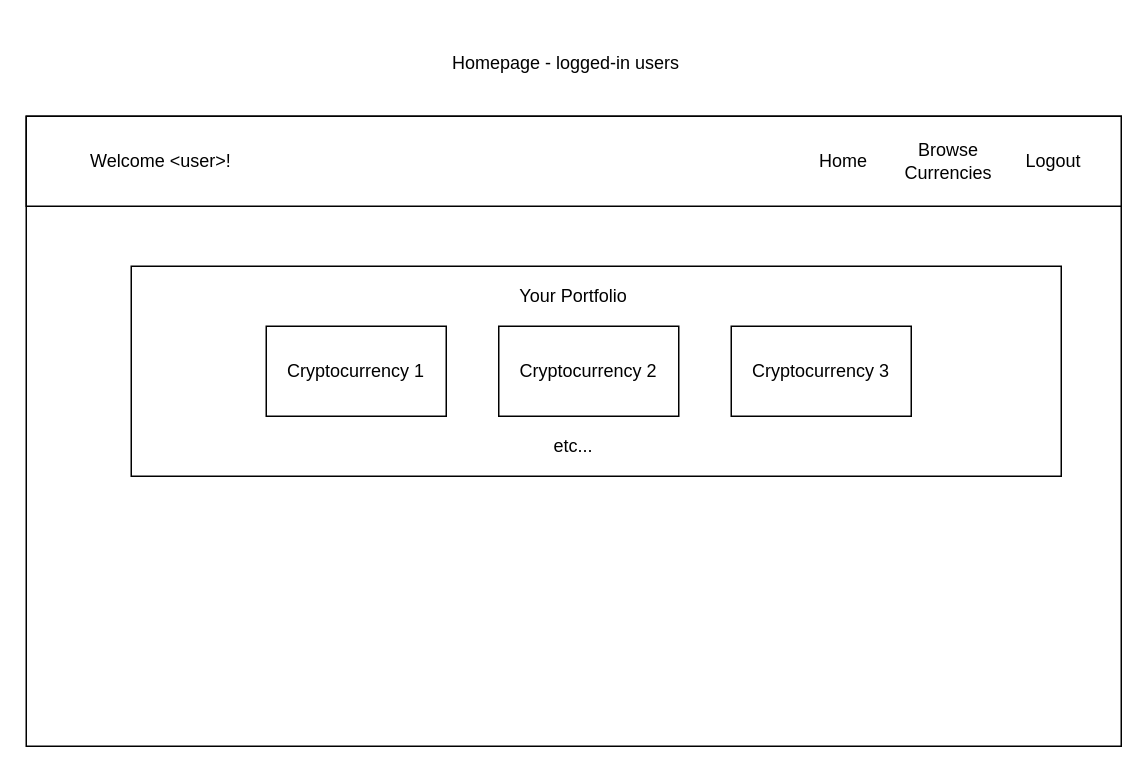
The draw.io diagram page "Home-logged in" (5 of 8) of Crypto-tracker-wireframe.drawio in 200914ROC2/Crypto-Tracker, before the edit. Source tidied: cells renumbered, new cells numbered last; positions are measured from the earlier drawing's top-left corner, leaving out a move shared by most shapes. Both pictures are drawn from the tidied source at 150%, with x=0, y=0 at pixel (26, 26).
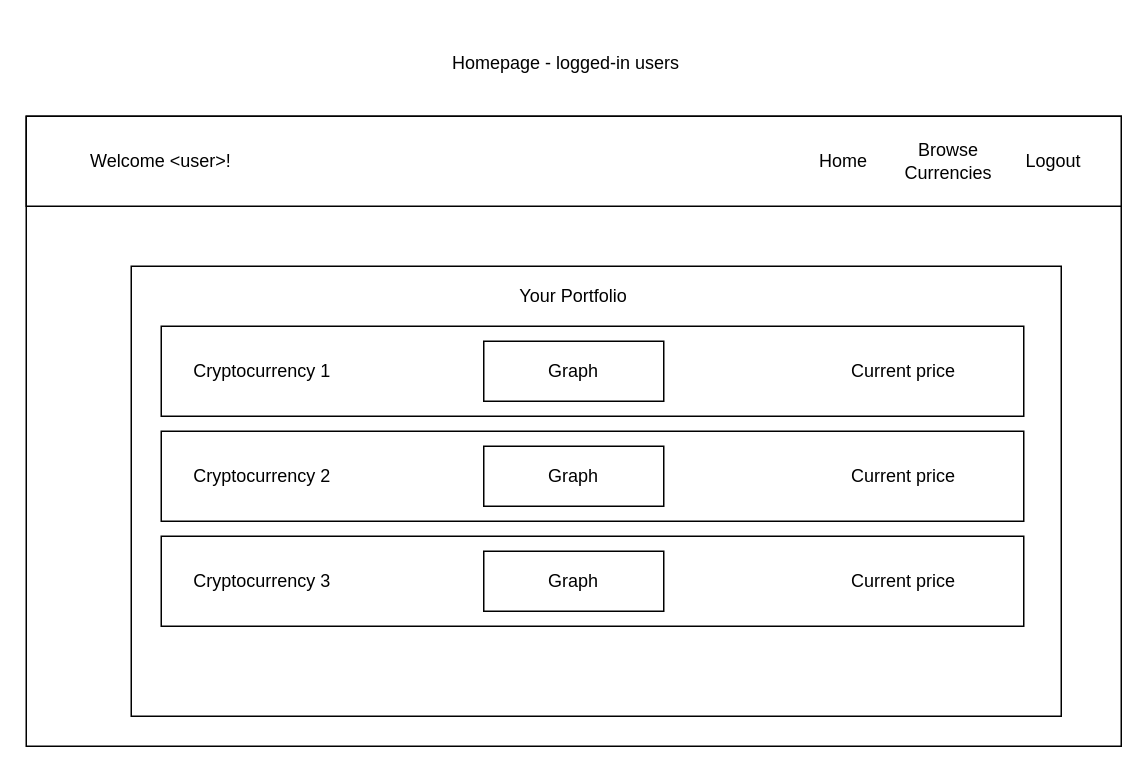
The same page after the edit.

Diff of the diagram source:
```diff
@@
     <mxCell id="9" style="rounded=0;whiteSpace=wrap;html=1;" parent="1" vertex="1">
-      <mxGeometry x="70" y="160" width="620" height="140" as="geometry" />
+      <mxGeometry x="70" y="160" width="620" height="300" as="geometry" />
     </mxCell>
@@
-    <mxCell id="11" value="etc..." style="text;html=1;strokeColor=none;fillColor=none;align=center;verticalAlign=middle;whiteSpace=wrap;rounded=0;" parent="1" vertex="1">
-      <mxGeometry x="345" y="270" width="40" height="20" as="geometry" />
-    </mxCell>
-    <mxCell id="12" style="rounded=0;whiteSpace=wrap;html=1;" parent="1" vertex="1">
-      <mxGeometry x="160" y="200" width="120" height="60" as="geometry" />
-    </mxCell>
+    <mxCell id="18" style="rounded=0;whiteSpace=wrap;html=1;" parent="1" vertex="1">
+      <mxGeometry x="90" y="200" width="575" height="60" as="geometry" />
+    </mxCell>
     <mxCell id="13" value="Cryptocurrency 1" style="text;html=1;strokeColor=none;fillColor=none;align=center;verticalAlign=middle;whiteSpace=wrap;rounded=0;" parent="1" vertex="1">
-      <mxGeometry x="170" y="210" width="100" height="40" as="geometry" />
+      <mxGeometry x="105" y="210" width="105" height="40" as="geometry" />
     </mxCell>
-    <mxCell id="14" style="rounded=0;whiteSpace=wrap;html=1;" parent="1" vertex="1">
-      <mxGeometry x="315" y="200" width="120" height="60" as="geometry" />
-    </mxCell>
-    <mxCell id="15" style="rounded=0;whiteSpace=wrap;html=1;" parent="1" vertex="1">
-      <mxGeometry x="470" y="200" width="120" height="60" as="geometry" />
-    </mxCell>
+    <mxCell id="19" value="Current price" style="text;html=1;strokeColor=none;fillColor=none;align=center;verticalAlign=middle;whiteSpace=wrap;rounded=0;" parent="1" vertex="1">
+      <mxGeometry x="535" y="220" width="100" height="20" as="geometry" />
+    </mxCell>
+    <mxCell id="20" style="rounded=0;whiteSpace=wrap;html=1;" parent="1" vertex="1">
+      <mxGeometry x="305" y="210" width="120" height="40" as="geometry" />
+    </mxCell>
+    <mxCell id="21" value="Graph" style="text;html=1;strokeColor=none;fillColor=none;align=center;verticalAlign=middle;whiteSpace=wrap;rounded=0;" parent="1" vertex="1">
+      <mxGeometry x="325" y="220" width="80" height="20" as="geometry" />
+    </mxCell>
+    <mxCell id="22" style="rounded=0;whiteSpace=wrap;html=1;" parent="1" vertex="1">
+      <mxGeometry x="90" y="270" width="575" height="60" as="geometry" />
+    </mxCell>
     <mxCell id="16" value="Cryptocurrency 2" style="text;html=1;strokeColor=none;fillColor=none;align=center;verticalAlign=middle;whiteSpace=wrap;rounded=0;" parent="1" vertex="1">
-      <mxGeometry x="325" y="210" width="100" height="40" as="geometry" />
+      <mxGeometry x="105" y="280" width="105" height="40" as="geometry" />
     </mxCell>
+    <mxCell id="23" value="Current price" style="text;html=1;strokeColor=none;fillColor=none;align=center;verticalAlign=middle;whiteSpace=wrap;rounded=0;" parent="1" vertex="1">
+      <mxGeometry x="535" y="290" width="100" height="20" as="geometry" />
+    </mxCell>
+    <mxCell id="24" style="rounded=0;whiteSpace=wrap;html=1;" parent="1" vertex="1">
+      <mxGeometry x="305" y="280" width="120" height="40" as="geometry" />
+    </mxCell>
+    <mxCell id="25" value="Graph" style="text;html=1;strokeColor=none;fillColor=none;align=center;verticalAlign=middle;whiteSpace=wrap;rounded=0;" parent="1" vertex="1">
+      <mxGeometry x="325" y="290" width="80" height="20" as="geometry" />
+    </mxCell>
+    <mxCell id="26" style="rounded=0;whiteSpace=wrap;html=1;" parent="1" vertex="1">
+      <mxGeometry x="90" y="340" width="575" height="60" as="geometry" />
+    </mxCell>
     <mxCell id="17" value="Cryptocurrency 3" style="text;html=1;strokeColor=none;fillColor=none;align=center;verticalAlign=middle;whiteSpace=wrap;rounded=0;" parent="1" vertex="1">
-      <mxGeometry x="480" y="210" width="100" height="40" as="geometry" />
+      <mxGeometry x="105" y="350" width="105" height="40" as="geometry" />
     </mxCell>
+    <mxCell id="27" value="Current price" style="text;html=1;strokeColor=none;fillColor=none;align=center;verticalAlign=middle;whiteSpace=wrap;rounded=0;" parent="1" vertex="1">
+      <mxGeometry x="535" y="360" width="100" height="20" as="geometry" />
+    </mxCell>
+    <mxCell id="28" style="rounded=0;whiteSpace=wrap;html=1;" parent="1" vertex="1">
+      <mxGeometry x="305" y="350" width="120" height="40" as="geometry" />
+    </mxCell>
+    <mxCell id="29" value="Graph" style="text;html=1;strokeColor=none;fillColor=none;align=center;verticalAlign=middle;whiteSpace=wrap;rounded=0;" parent="1" vertex="1">
+      <mxGeometry x="325" y="360" width="80" height="20" as="geometry" />
+    </mxCell>
```
